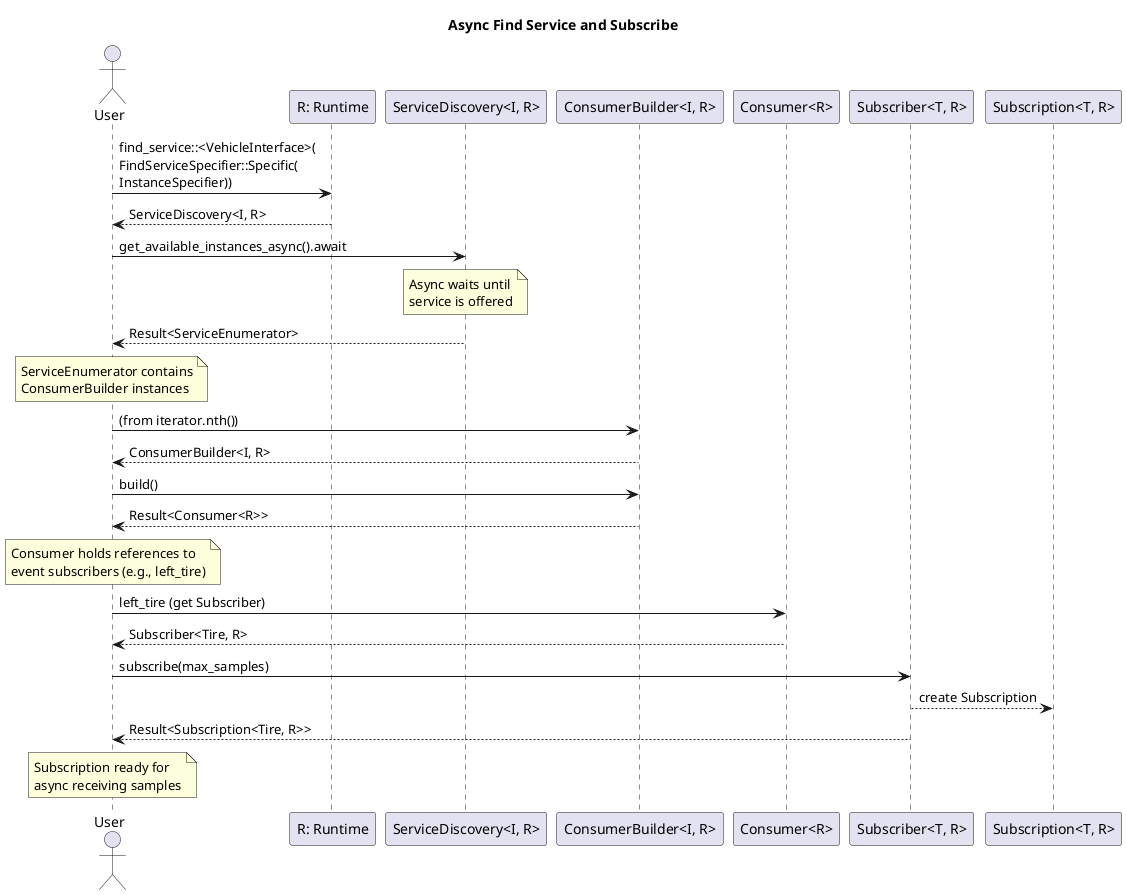
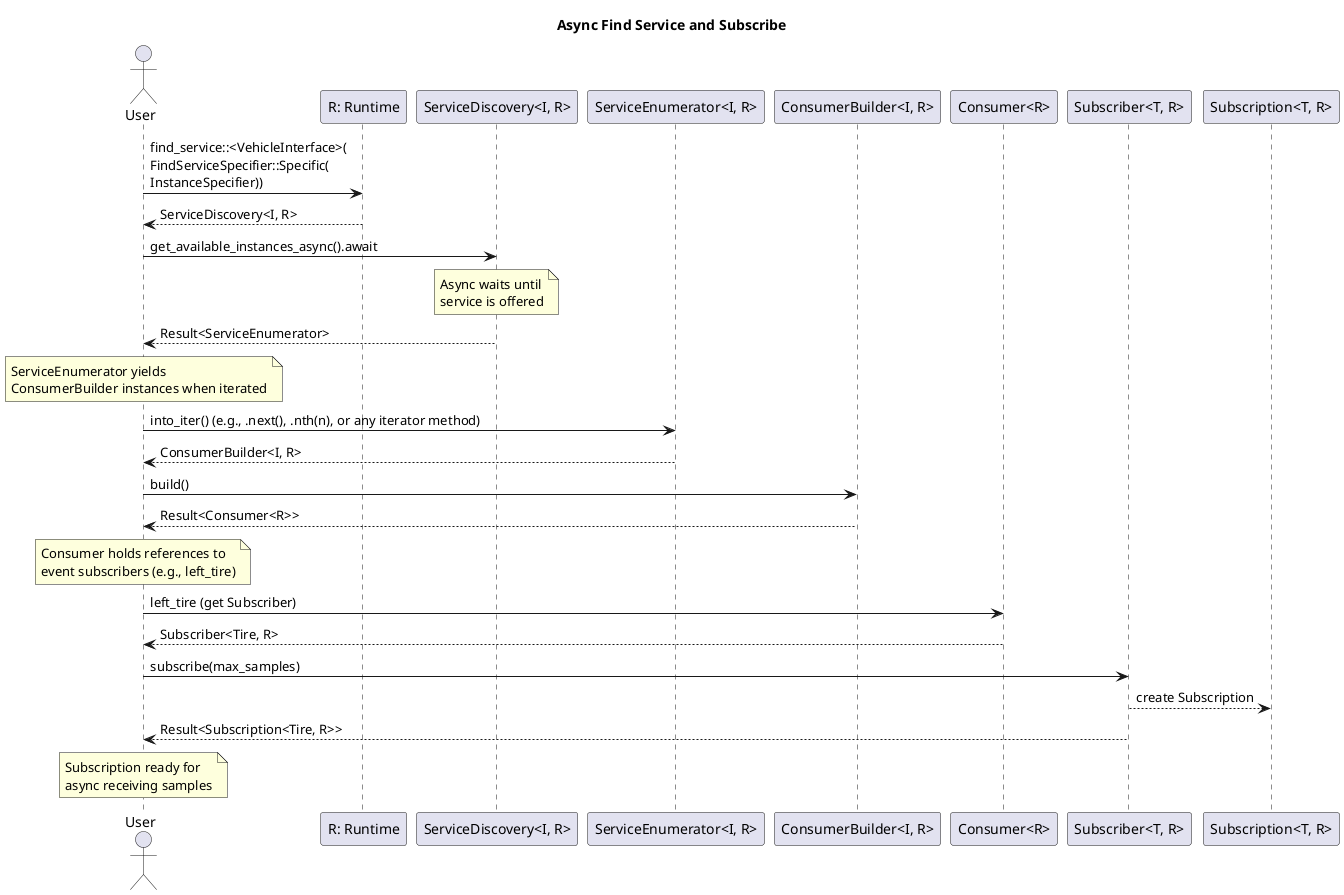
@startuml com_api_async_find_service_and_subscribe

' Copyright (c) 2026 Contributors to the Eclipse Foundation
'
' See the NOTICE file(s) distributed with this work for additional
' information regarding copyright ownership.
'
' This program and the accompanying materials are made available under the
' terms of the Apache License Version 2.0 which is available at
' <https://www.apache.org/licenses/LICENSE-2.0>
'
' SPDX-License-Identifier: Apache-2.0

title Async Find Service and Subscribe

actor User
participant "R: Runtime" as Runtime
participant "ServiceDiscovery<I, R>" as ServiceDiscovery
+ participant "ServiceEnumerator<I, R>" as ServiceEnumerator
participant "ConsumerBuilder<I, R>" as ConsumerBuilder
participant "Consumer<R>" as Consumer
participant "Subscriber<T, R>" as Subscriber
participant "Subscription<T, R>" as Subscription

User -> Runtime: find_service::<VehicleInterface>(\nFindServiceSpecifier::Specific(\nInstanceSpecifier))
Runtime --> User: ServiceDiscovery<I, R>

User -> ServiceDiscovery: get_available_instances_async().await
Note over ServiceDiscovery: Async waits until\nservice is offered
ServiceDiscovery --> User: Result<ServiceEnumerator>

- Note over User: ServiceEnumerator contains\nConsumerBuilder instances
+ Note over User: ServiceEnumerator yields\nConsumerBuilder instances when iterated

- User -> ConsumerBuilder: (from iterator.nth())
- ConsumerBuilder --> User: ConsumerBuilder<I, R>
+ User -> ServiceEnumerator: into_iter() (e.g., .next(), .nth(n), or any iterator method)
+ ServiceEnumerator --> User: ConsumerBuilder<I, R>

User -> ConsumerBuilder: build()
ConsumerBuilder --> User: Result<Consumer<R>>

Note over User: Consumer holds references to\nevent subscribers (e.g., left_tire)

User -> Consumer: left_tire (get Subscriber)
Consumer --> User: Subscriber<Tire, R>

User -> Subscriber: subscribe(max_samples)
Subscriber --> Subscription: create Subscription
Subscriber --> User: Result<Subscription<Tire, R>>

Note over User: Subscription ready for\nasync receiving samples

@enduml
